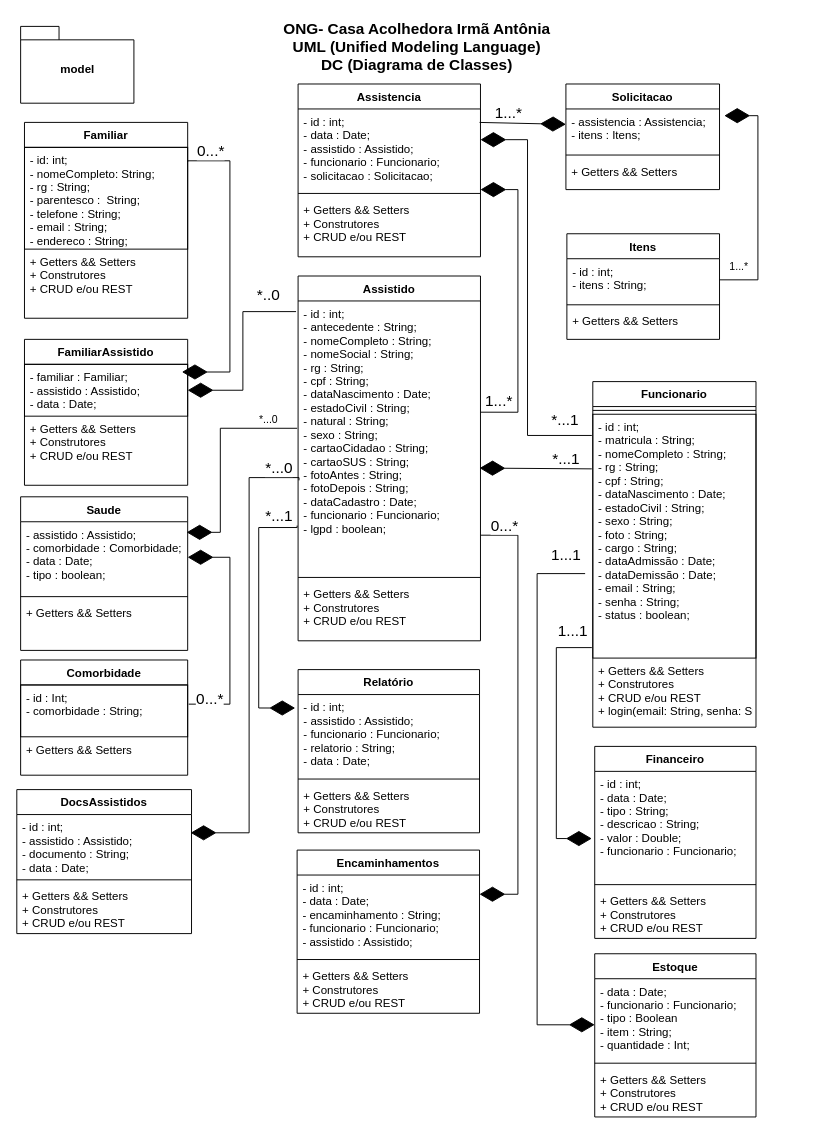
LeoImenes/Projeto-ONG keeps this draw.io diagram as DOCUMENTOS/EXECUCÃO/UML DC/UML - DIAGRAMA DE CLASSE v2.drawio. Above is the earlier version. Source tidied: cells renumbered, new cells numbered last; positions are measured from the earlier drawing's top-left corner, leaving out a move shared by most shapes. Both pictures are drawn from the tidied source at 96%, with x=0, y=0 at pixel (16, 16).
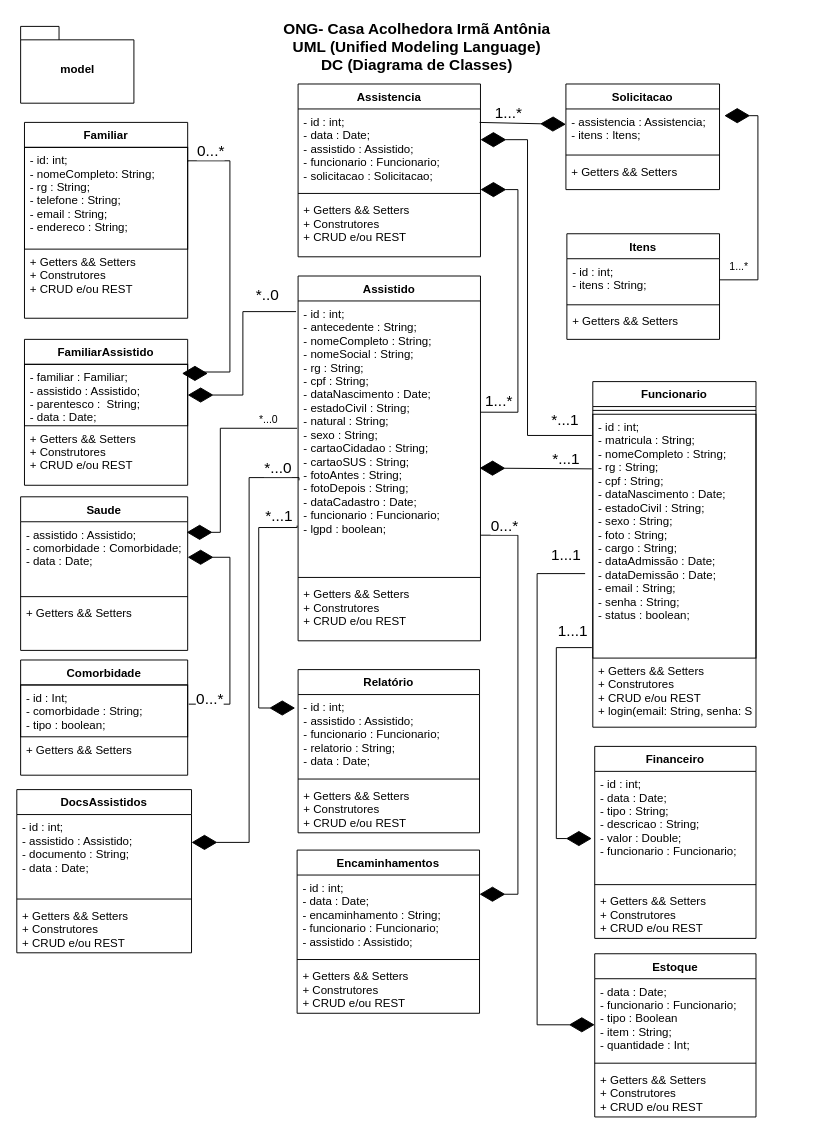
Above is the later version.

The change refers to these unchanged cells:
```xml
<mxCell id="4" value="- id : int;&#10;- antecedente : String;&#10;- nomeCompleto : String;&#10;- nomeSocial : String;&#10;- rg : String;&#10;- cpf : String;&#10;- dataNascimento : Date;&#10;- estadoCivil : String;&#10;- natural : String;&#10;- sexo : String;&#10;- cartaoCidadao : String;&#10;- cartaoSUS : String;&#10;- fotoAntes : String;&#10;- fotoDepois : String;&#10;- dataCadastro : Date;&#10;- funcionario : Funcionario;&#10;- lgpd : boolean;" style="text;strokeColor=none;fillColor=none;align=left;verticalAlign=top;spacingLeft=4;spacingRight=4;overflow=hidden;points=[[0,0.5],[1,0.5]];portConstraint=eastwest;" parent="3" vertex="1">
  <mxGeometry y="26" width="190" height="284" as="geometry" />
</mxCell>
<mxCell id="24" value="Saude" style="swimlane;fontStyle=1;align=center;verticalAlign=top;horizontal=1;startSize=26;" parent="1" vertex="1">
  <mxGeometry x="4" y="500" width="174" height="160" as="geometry" />
</mxCell>
<mxCell id="32" value="Familiar" style="swimlane;fontStyle=1;align=center;verticalAlign=top;horizontal=1;startSize=26;" parent="1" vertex="1">
  <mxGeometry x="8" y="110" width="170" height="204" as="geometry" />
</mxCell>
<mxCell id="35" value="Comorbidade" style="swimlane;fontStyle=1;align=center;verticalAlign=top;horizontal=1;startSize=26;" parent="1" vertex="1">
  <mxGeometry x="4" y="670" width="174" height="120" as="geometry" />
</mxCell>
<mxCell id="52" value="FamiliarAssistido" style="swimlane;fontStyle=1;align=center;verticalAlign=top;horizontal=1;startSize=26;" parent="1" vertex="1">
  <mxGeometry x="8" y="336" width="170" height="152" as="geometry" />
</mxCell>
```

Diff of the diagram source:
```diff
@@
-    <mxCell id="25" value="- assistido : Assistido;&#10;- comorbidade : Comorbidade;&#10;- data : Date;&#10;- tipo : boolean;" style="text;strokeColor=none;fillColor=none;align=left;verticalAlign=top;spacingLeft=4;spacingRight=4;overflow=hidden;points=[[0,0.5],[1,0.5]];portConstraint=eastwest;" parent="24" vertex="1">
+    <mxCell id="25" value="- assistido : Assistido;&#10;- comorbidade : Comorbidade;&#10;- data : Date;&#10;" style="text;strokeColor=none;fillColor=none;align=left;verticalAlign=top;spacingLeft=4;spacingRight=4;overflow=hidden;points=[[0,0.5],[1,0.5]];portConstraint=eastwest;" parent="24" vertex="1">
       <mxGeometry y="26" width="174" height="74" as="geometry" />
     </mxCell>
@@
-    <mxCell id="33" value="- id: int;&#10;- nomeCompleto: String;&#10;- rg : String;&#10;- parentesco :  String;&#10;- telefone : String;&#10;- email : String;&#10;- endereco : String;&#10;" style="text;strokeColor=default;fillColor=none;align=left;verticalAlign=top;spacingLeft=4;spacingRight=4;overflow=hidden;points=[[0,0.5],[1,0.5]];portConstraint=eastwest;strokeWidth=1;" parent="32" vertex="1">
+    <mxCell id="33" value="- id: int;&#10;- nomeCompleto: String;&#10;- rg : String;&#10;- telefone : String;&#10;- email : String;&#10;- endereco : String;&#10;" style="text;strokeColor=default;fillColor=none;align=left;verticalAlign=top;spacingLeft=4;spacingRight=4;overflow=hidden;points=[[0,0.5],[1,0.5]];portConstraint=eastwest;strokeWidth=1;" parent="32" vertex="1">
       <mxGeometry y="26" width="170" height="106" as="geometry" />
     </mxCell>
@@
-    <mxCell id="36" value="- id : Int;&#10;- comorbidade : String;" style="text;strokeColor=default;fillColor=none;align=left;verticalAlign=top;spacingLeft=4;spacingRight=4;overflow=hidden;points=[[0,0.5],[1,0.5]];portConstraint=eastwest;" parent="35" vertex="1">
+    <mxCell id="36" value="- id : Int;&#10;- comorbidade : String;&#10;- tipo : boolean;" style="text;strokeColor=default;fillColor=none;align=left;verticalAlign=top;spacingLeft=4;spacingRight=4;overflow=hidden;points=[[0,0.5],[1,0.5]];portConstraint=eastwest;" parent="35" vertex="1">
       <mxGeometry y="26" width="174" height="54" as="geometry" />
     </mxCell>
@@
     <mxCell id="47" value="DocsAssistidos" style="swimlane;fontStyle=1;align=center;verticalAlign=top;horizontal=1;startSize=26;" parent="1" vertex="1">
-      <mxGeometry y="805" width="182" height="150" as="geometry" />
+      <mxGeometry y="805" width="182" height="170" as="geometry" />
     </mxCell>
     <mxCell id="48" value="- id : int;&#10;- assistido : Assistido;&#10;- documento : String;&#10;- data : Date;" style="text;strokeColor=none;fillColor=none;align=left;verticalAlign=top;spacingLeft=4;spacingRight=4;overflow=hidden;points=[[0,0.5],[1,0.5]];portConstraint=eastwest;" parent="47" vertex="1">
-      <mxGeometry y="26" width="182" height="64" as="geometry" />
+      <mxGeometry y="26" width="182" height="84" as="geometry" />
     </mxCell>
     <mxCell id="49" style="line;strokeWidth=1;fillColor=none;align=left;verticalAlign=middle;spacingTop=-1;spacingLeft=3;spacingRight=3;labelPosition=right;" parent="47" vertex="1">
-      <mxGeometry y="90" width="182" height="8" as="geometry" />
+      <mxGeometry y="110" width="182" height="8" as="geometry" />
     </mxCell>
     <mxCell id="50" value="+ Getters &amp;&amp; Setters&#10;+ Construtores&#10;+ CRUD e/ou REST" style="text;strokeColor=none;fillColor=none;align=left;verticalAlign=top;spacingLeft=4;spacingRight=4;overflow=hidden;" parent="47" vertex="1">
-      <mxGeometry y="98" width="182" height="52" as="geometry" />
+      <mxGeometry y="118" width="182" height="52" as="geometry" />
     </mxCell>
@@
-    <mxCell id="53" value="- familiar : Familiar;&#10;- assistido : Assistido;&#10;- data : Date;&#10;&#10;" style="text;strokeColor=default;fillColor=none;align=left;verticalAlign=top;spacingLeft=4;spacingRight=4;overflow=hidden;points=[[0,0.5],[1,0.5]];portConstraint=eastwest;strokeWidth=1;" parent="52" vertex="1">
-      <mxGeometry y="26" width="170" height="54" as="geometry" />
+    <mxCell id="53" value="- familiar : Familiar;&#10;- assistido : Assistido;&#10;- parentesco :  String;&#10;- data : Date;&#10;&#10;" style="text;strokeColor=default;fillColor=none;align=left;verticalAlign=top;spacingLeft=4;spacingRight=4;overflow=hidden;points=[[0,0.5],[1,0.5]];portConstraint=eastwest;strokeWidth=1;" parent="52" vertex="1">
+      <mxGeometry y="26" width="170" height="64" as="geometry" />
     </mxCell>
     <mxCell id="54" value="+ Getters &amp;&amp; Setters&#10;+ Construtores&#10;+ CRUD e/ou REST" style="text;strokeColor=none;fillColor=none;align=left;verticalAlign=top;spacingLeft=4;spacingRight=4;overflow=hidden;" parent="52" vertex="1">
-      <mxGeometry y="80" width="170" height="72" as="geometry" />
+      <mxGeometry y="90" width="170" height="62" as="geometry" />
     </mxCell>
     <mxCell id="55" value="0...*" style="endArrow=diamondThin;endFill=1;endSize=24;html=1;rounded=0;fontSize=16;edgeStyle=orthogonalEdgeStyle;entryX=0.965;entryY=0.148;entryDx=0;entryDy=0;entryPerimeter=0;exitX=1;exitY=0.142;exitDx=0;exitDy=0;exitPerimeter=0;" parent="1" edge="1" source="33" target="53">
       <mxGeometry x="-0.84" y="10" relative="1" as="geometry">
         <Array as="points">
           <mxPoint x="178" y="150" />
           <mxPoint x="222" y="150" />
           <mxPoint x="222" y="370" />
+          <mxPoint x="192" y="370" />
+          <mxPoint x="192" y="372" />
         </Array>
       </mxGeometry>
     </mxCell>
@@
-    <mxCell id="58" value="*...0" style="endArrow=diamondThin;endFill=1;endSize=24;html=1;rounded=0;fontSize=16;exitX=0.005;exitY=0.658;exitDx=0;exitDy=0;exitPerimeter=0;edgeStyle=orthogonalEdgeStyle;entryX=0.995;entryY=0.297;entryDx=0;entryDy=0;entryPerimeter=0;" parent="1" edge="1" source="4" target="48">
+    <mxCell id="58" value="*...0" style="endArrow=diamondThin;endFill=1;endSize=24;html=1;rounded=0;fontSize=16;exitX=0.005;exitY=0.658;exitDx=0;exitDy=0;exitPerimeter=0;edgeStyle=orthogonalEdgeStyle;" parent="1" edge="1" source="4" target="48">
       <mxGeometry x="-0.9" y="-10" relative="1" as="geometry">
         <Array as="points">
           <mxPoint x="294" y="480" />
           <mxPoint x="242" y="480" />
-          <mxPoint x="242" y="850" />
+          <mxPoint x="242" y="860" />
         </Array>
       </mxGeometry>
     </mxCell>
```
